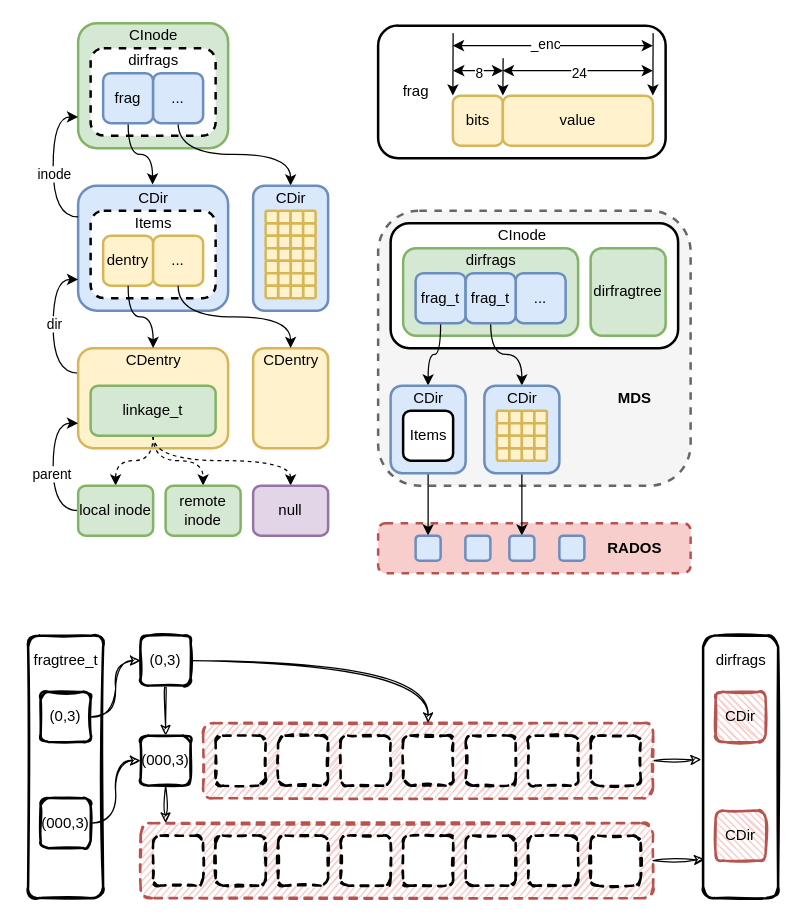
The draw.io diagram page "meta" (2 of 2) of ceph/ceph-mds.drawio in EarthWind/deeparch, before the edit. Source tidied: cells renumbered, new cells numbered last; positions are measured from the earlier drawing's top-left corner, leaving out a move shared by most shapes. Both pictures are drawn from the tidied source at 125%, with x=0, y=0 at pixel (21, 22).
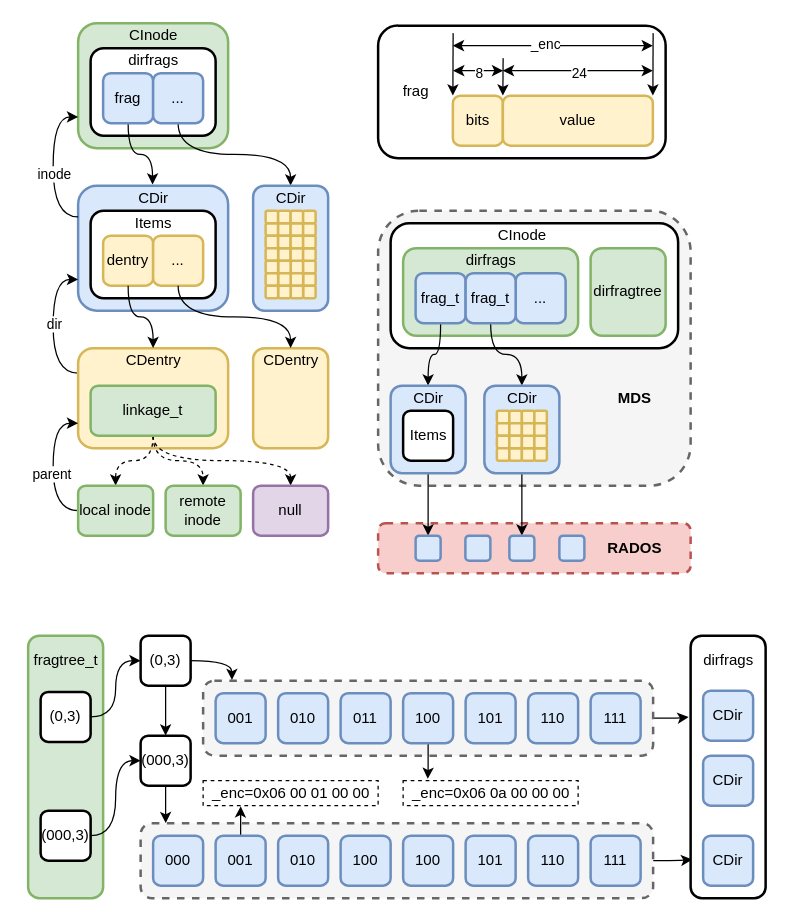
The same page after the edit.

The change refers to these unchanged cells:
```xml
<mxCell id="19" style="group;" parent="1" vertex="1">
  <mxGeometry x="45" y="130" width="120" height="100" as="geometry" />
</mxCell>
```

The edit, as a diff of the source:
```diff
@@
-    <mxCell id="2" style="edgeStyle=orthogonalEdgeStyle;curved=1;rounded=0;sketch=1;jettySize=auto;html=1;entryX=0.021;entryY=0.853;entryDx=0;entryDy=0;entryPerimeter=0;" parent="1" edge="1" source="3" target="107">
+    <mxCell id="2" style="edgeStyle=orthogonalEdgeStyle;curved=1;rounded=0;sketch=0;jettySize=auto;html=1;entryX=0.021;entryY=0.853;entryDx=0;entryDy=0;entryPerimeter=0;" parent="1" edge="1" source="3" target="107">
       <mxGeometry relative="1" as="geometry" />
     </mxCell>
-    <mxCell id="3" style="rounded=1;whiteSpace=wrap;html=1;sketch=1;fillWeight=1;hachureGap=4;strokeWidth=2;dashed=1;fillColor=#f8cecc;strokeColor=#b85450;" parent="1" vertex="1">
+    <mxCell id="3" style="rounded=1;whiteSpace=wrap;html=1;sketch=0;fillWeight=1;hachureGap=4;strokeWidth=2;dashed=1;fillColor=#f5f5f5;strokeColor=#666666;fontColor=#333333;" parent="1" vertex="1">
       <mxGeometry x="95" y="640" width="410" height="60" as="geometry" />
     </mxCell>
-    <mxCell id="4" style="edgeStyle=orthogonalEdgeStyle;curved=1;rounded=0;sketch=1;jettySize=auto;html=1;entryX=-0.026;entryY=0.472;entryDx=0;entryDy=0;entryPerimeter=0;" parent="1" edge="1" source="5" target="107">
-      <mxGeometry relative="1" as="geometry" />
+    <mxCell id="4" style="edgeStyle=orthogonalEdgeStyle;curved=1;rounded=0;sketch=0;jettySize=auto;html=1;entryX=-0.026;entryY=0.472;entryDx=0;entryDy=0;entryPerimeter=0;" parent="1" edge="1" source="5">
+      <mxGeometry relative="1" as="geometry">
+        <mxPoint x="533.4" y="555.1" as="targetPoint" />
+      </mxGeometry>
     </mxCell>
-    <mxCell id="5" style="rounded=1;whiteSpace=wrap;html=1;sketch=1;fillWeight=1;hachureGap=4;strokeWidth=2;dashed=1;fillColor=#f8cecc;strokeColor=#b85450;" parent="1" vertex="1">
-      <mxGeometry x="145" y="560" width="360" height="60" as="geometry" />
+    <mxCell id="5" style="rounded=1;whiteSpace=wrap;html=1;sketch=0;fillWeight=1;hachureGap=4;strokeWidth=2;dashed=1;fillColor=#f5f5f5;strokeColor=#666666;fontColor=#333333;" parent="1" vertex="1">
+      <mxGeometry x="145" y="526" width="360" height="60" as="geometry" />
     </mxCell>
@@
-    <mxCell id="10" style="rounded=1;whiteSpace=wrap;html=1;strokeWidth=2;fillWeight=1;hachureGap=4;hachureAngle=45;sketch=0;dashed=1;" parent="1" vertex="1">
+    <mxCell id="10" style="rounded=1;whiteSpace=wrap;html=1;strokeWidth=2;fillWeight=1;hachureGap=4;hachureAngle=45;sketch=0;" parent="1" vertex="1">
       <mxGeometry x="55" y="20" width="100" height="70" as="geometry" />
     </mxCell>
@@
-    <mxCell id="22" style="rounded=1;whiteSpace=wrap;html=1;strokeWidth=2;fillWeight=1;hachureGap=4;hachureAngle=45;sketch=0;dashed=1;" parent="19" vertex="1">
+    <mxCell id="22" style="rounded=1;whiteSpace=wrap;html=1;strokeWidth=2;fillWeight=1;hachureGap=4;hachureAngle=45;sketch=0;" parent="19" vertex="1">
       <mxGeometry x="10" y="20" width="100" height="70" as="geometry" />
     </mxCell>
@@
-    <mxCell id="81" style="edgeStyle=orthogonalEdgeStyle;rounded=0;jettySize=auto;html=1;sketch=1;curved=1;" parent="1" edge="1" source="83" target="85">
+    <mxCell id="81" style="edgeStyle=orthogonalEdgeStyle;rounded=0;jettySize=auto;html=1;sketch=0;curved=1;" parent="1" edge="1" source="83" target="85">
       <mxGeometry relative="1" as="geometry" />
     </mxCell>
-    <mxCell id="82" style="edgeStyle=orthogonalEdgeStyle;rounded=0;sketch=1;jettySize=auto;html=1;curved=1;exitX=1;exitY=0.5;exitDx=0;exitDy=0;" parent="1" edge="1" source="83" target="5">
+    <mxCell id="82" style="edgeStyle=orthogonalEdgeStyle;rounded=0;sketch=0;jettySize=auto;html=1;curved=1;exitX=1;exitY=0.5;exitDx=0;exitDy=0;entryX=0.064;entryY=-0.009;entryDx=0;entryDy=0;entryPerimeter=0;" parent="1" edge="1" source="83" target="5">
       <mxGeometry relative="1" as="geometry" />
     </mxCell>
-    <mxCell id="83" value="(0,3)" style="rounded=1;whiteSpace=wrap;html=1;sketch=1;fillWeight=1;hachureGap=4;strokeWidth=2;" parent="1" vertex="1">
+    <mxCell id="83" value="(0,3)" style="rounded=1;whiteSpace=wrap;html=1;sketch=0;fillWeight=1;hachureGap=4;strokeWidth=2;" parent="1" vertex="1">
       <mxGeometry x="95" y="490" width="40" height="40" as="geometry" />
     </mxCell>
-    <mxCell id="84" style="edgeStyle=orthogonalEdgeStyle;curved=1;rounded=0;sketch=1;jettySize=auto;html=1;entryX=0.049;entryY=0;entryDx=0;entryDy=0;entryPerimeter=0;" parent="1" edge="1" source="85" target="3">
+    <mxCell id="84" style="edgeStyle=orthogonalEdgeStyle;curved=1;rounded=0;sketch=0;jettySize=auto;html=1;entryX=0.049;entryY=0;entryDx=0;entryDy=0;entryPerimeter=0;" parent="1" edge="1" source="85" target="3">
       <mxGeometry relative="1" as="geometry" />
     </mxCell>
-    <mxCell id="85" value="(000,3)" style="rounded=1;whiteSpace=wrap;html=1;sketch=1;fillWeight=1;hachureGap=4;strokeWidth=2;" parent="1" vertex="1">
+    <mxCell id="85" value="(000,3)" style="rounded=1;whiteSpace=wrap;html=1;sketch=0;fillWeight=1;hachureGap=4;strokeWidth=2;" parent="1" vertex="1">
       <mxGeometry x="95" y="570" width="40" height="40" as="geometry" />
     </mxCell>
-    <mxCell id="86" style="rounded=1;whiteSpace=wrap;html=1;sketch=1;fillWeight=1;hachureGap=4;strokeWidth=2;dashed=1;" parent="1" vertex="1">
-      <mxGeometry x="155" y="570" width="40" height="40" as="geometry" />
+    <mxCell id="86" value="001" style="rounded=1;whiteSpace=wrap;html=1;sketch=0;fillWeight=1;hachureGap=4;strokeWidth=2;fillColor=#dae8fc;strokeColor=#6c8ebf;" parent="1" vertex="1">
+      <mxGeometry x="155" y="536" width="40" height="40" as="geometry" />
     </mxCell>
-    <mxCell id="87" style="rounded=1;whiteSpace=wrap;html=1;sketch=1;fillWeight=1;hachureGap=4;strokeWidth=2;dashed=1;" parent="1" vertex="1">
-      <mxGeometry x="205" y="570" width="40" height="40" as="geometry" />
+    <mxCell id="87" value="010" style="rounded=1;whiteSpace=wrap;html=1;sketch=0;fillWeight=1;hachureGap=4;strokeWidth=2;fillColor=#dae8fc;strokeColor=#6c8ebf;" parent="1" vertex="1">
+      <mxGeometry x="205" y="536" width="40" height="40" as="geometry" />
     </mxCell>
-    <mxCell id="88" style="rounded=1;whiteSpace=wrap;html=1;sketch=1;fillWeight=1;hachureGap=4;strokeWidth=2;dashed=1;" parent="1" vertex="1">
-      <mxGeometry x="255" y="570" width="40" height="40" as="geometry" />
+    <mxCell id="88" value="011" style="rounded=1;whiteSpace=wrap;html=1;sketch=0;fillWeight=1;hachureGap=4;strokeWidth=2;fillColor=#dae8fc;strokeColor=#6c8ebf;" parent="1" vertex="1">
+      <mxGeometry x="255" y="536" width="40" height="40" as="geometry" />
     </mxCell>
+    <mxCell id="155" style="edgeStyle=orthogonalEdgeStyle;rounded=0;sketch=0;jettySize=auto;html=1;entryX=0.141;entryY=-0.07;entryDx=0;entryDy=0;entryPerimeter=0;" parent="1" edge="1" source="89" target="159">
+      <mxGeometry relative="1" as="geometry" />
+    </mxCell>
-    <mxCell id="89" style="rounded=1;whiteSpace=wrap;html=1;sketch=1;fillWeight=1;hachureGap=4;strokeWidth=2;dashed=1;" parent="1" vertex="1">
-      <mxGeometry x="305" y="570" width="40" height="40" as="geometry" />
+    <mxCell id="89" value="100" style="rounded=1;whiteSpace=wrap;html=1;sketch=0;fillWeight=1;hachureGap=4;strokeWidth=2;fillColor=#dae8fc;strokeColor=#6c8ebf;" parent="1" vertex="1">
+      <mxGeometry x="305" y="536" width="40" height="40" as="geometry" />
     </mxCell>
-    <mxCell id="90" style="rounded=1;whiteSpace=wrap;html=1;sketch=1;fillWeight=1;hachureGap=4;strokeWidth=2;dashed=1;" parent="1" vertex="1">
-      <mxGeometry x="355" y="570" width="40" height="40" as="geometry" />
+    <mxCell id="90" value="101" style="rounded=1;whiteSpace=wrap;html=1;sketch=0;fillWeight=1;hachureGap=4;strokeWidth=2;fillColor=#dae8fc;strokeColor=#6c8ebf;" parent="1" vertex="1">
+      <mxGeometry x="355" y="536" width="40" height="40" as="geometry" />
     </mxCell>
-    <mxCell id="91" style="rounded=1;whiteSpace=wrap;html=1;sketch=1;fillWeight=1;hachureGap=4;strokeWidth=2;dashed=1;" parent="1" vertex="1">
-      <mxGeometry x="405" y="570" width="40" height="40" as="geometry" />
+    <mxCell id="91" value="110" style="rounded=1;whiteSpace=wrap;html=1;sketch=0;fillWeight=1;hachureGap=4;strokeWidth=2;strokeColor=#6c8ebf;fillColor=#dae8fc;" parent="1" vertex="1">
+      <mxGeometry x="405" y="536" width="40" height="40" as="geometry" />
     </mxCell>
-    <mxCell id="92" style="rounded=1;whiteSpace=wrap;html=1;sketch=1;fillWeight=1;hachureGap=4;strokeWidth=2;dashed=1;" parent="1" vertex="1">
-      <mxGeometry x="455" y="570" width="40" height="40" as="geometry" />
+    <mxCell id="92" value="111" style="rounded=1;whiteSpace=wrap;html=1;sketch=0;fillWeight=1;hachureGap=4;strokeWidth=2;fillColor=#dae8fc;strokeColor=#6c8ebf;" parent="1" vertex="1">
+      <mxGeometry x="455" y="536" width="40" height="40" as="geometry" />
     </mxCell>
-    <mxCell id="93" style="rounded=1;whiteSpace=wrap;html=1;sketch=1;fillWeight=1;hachureGap=4;strokeWidth=2;dashed=1;" parent="1" vertex="1">
+    <mxCell id="93" value="000" style="rounded=1;whiteSpace=wrap;html=1;sketch=0;fillWeight=1;hachureGap=4;strokeWidth=2;glass=0;strokeColor=#6c8ebf;fillColor=#dae8fc;" parent="1" vertex="1">
       <mxGeometry x="105" y="650" width="40" height="40" as="geometry" />
     </mxCell>
+    <mxCell id="156" style="edgeStyle=orthogonalEdgeStyle;rounded=0;sketch=0;jettySize=auto;html=1;entryX=0.215;entryY=1.026;entryDx=0;entryDy=0;entryPerimeter=0;" parent="1" edge="1" source="94" target="158">
+      <mxGeometry relative="1" as="geometry" />
+    </mxCell>
-    <mxCell id="94" style="rounded=1;whiteSpace=wrap;html=1;sketch=1;fillWeight=1;hachureGap=4;strokeWidth=2;dashed=1;" parent="1" vertex="1">
+    <mxCell id="94" value="001" style="rounded=1;whiteSpace=wrap;html=1;sketch=0;fillWeight=1;hachureGap=4;strokeWidth=2;fillColor=#dae8fc;strokeColor=#6c8ebf;" parent="1" vertex="1">
       <mxGeometry x="155" y="650" width="40" height="40" as="geometry" />
     </mxCell>
-    <mxCell id="95" style="rounded=1;whiteSpace=wrap;html=1;sketch=1;fillWeight=1;hachureGap=4;strokeWidth=2;dashed=1;" parent="1" vertex="1">
+    <mxCell id="95" value="010" style="rounded=1;whiteSpace=wrap;html=1;sketch=0;fillWeight=1;hachureGap=4;strokeWidth=2;fillColor=#dae8fc;strokeColor=#6c8ebf;" parent="1" vertex="1">
       <mxGeometry x="205" y="650" width="40" height="40" as="geometry" />
     </mxCell>
-    <mxCell id="96" style="rounded=1;whiteSpace=wrap;html=1;sketch=1;fillWeight=1;hachureGap=4;strokeWidth=2;dashed=1;" parent="1" vertex="1">
+    <mxCell id="96" value="100" style="rounded=1;whiteSpace=wrap;html=1;sketch=0;fillWeight=1;hachureGap=4;strokeWidth=2;fillColor=#dae8fc;strokeColor=#6c8ebf;" parent="1" vertex="1">
       <mxGeometry x="255" y="650" width="40" height="40" as="geometry" />
     </mxCell>
-    <mxCell id="97" style="rounded=1;whiteSpace=wrap;html=1;sketch=1;fillWeight=1;hachureGap=4;strokeWidth=2;dashed=1;" parent="1" vertex="1">
+    <mxCell id="97" value="100" style="rounded=1;whiteSpace=wrap;html=1;sketch=0;fillWeight=1;hachureGap=4;strokeWidth=2;fillColor=#dae8fc;strokeColor=#6c8ebf;" parent="1" vertex="1">
       <mxGeometry x="305" y="650" width="40" height="40" as="geometry" />
     </mxCell>
-    <mxCell id="98" style="rounded=1;whiteSpace=wrap;html=1;sketch=1;fillWeight=1;hachureGap=4;strokeWidth=2;dashed=1;" parent="1" vertex="1">
+    <mxCell id="98" value="101" style="rounded=1;whiteSpace=wrap;html=1;sketch=0;fillWeight=1;hachureGap=4;strokeWidth=2;fillColor=#dae8fc;strokeColor=#6c8ebf;" parent="1" vertex="1">
       <mxGeometry x="355" y="650" width="40" height="40" as="geometry" />
     </mxCell>
-    <mxCell id="99" style="rounded=1;whiteSpace=wrap;html=1;sketch=1;fillWeight=1;hachureGap=4;strokeWidth=2;dashed=1;" parent="1" vertex="1">
+    <mxCell id="99" value="110" style="rounded=1;whiteSpace=wrap;html=1;sketch=0;fillWeight=1;hachureGap=4;strokeWidth=2;fillColor=#dae8fc;strokeColor=#6c8ebf;" parent="1" vertex="1">
       <mxGeometry x="405" y="650" width="40" height="40" as="geometry" />
     </mxCell>
-    <mxCell id="100" style="rounded=1;whiteSpace=wrap;html=1;sketch=1;fillWeight=1;hachureGap=4;strokeWidth=2;dashed=1;" parent="1" vertex="1">
+    <mxCell id="100" value="111" style="rounded=1;whiteSpace=wrap;html=1;sketch=0;fillWeight=1;hachureGap=4;strokeWidth=2;fillColor=#dae8fc;strokeColor=#6c8ebf;" parent="1" vertex="1">
       <mxGeometry x="455" y="650" width="40" height="40" as="geometry" />
     </mxCell>
-    <mxCell id="101" style="rounded=1;whiteSpace=wrap;html=1;sketch=1;fillWeight=1;hachureGap=4;strokeWidth=2;" parent="1" vertex="1">
+    <mxCell id="101" style="rounded=1;whiteSpace=wrap;html=1;sketch=0;fillWeight=1;hachureGap=4;strokeWidth=2;fillColor=#d5e8d4;strokeColor=#82b366;" parent="1" vertex="1">
       <mxGeometry x="5" y="490" width="60" height="210" as="geometry" />
     </mxCell>
@@
-    <mxCell id="103" style="edgeStyle=orthogonalEdgeStyle;curved=1;rounded=0;sketch=1;jettySize=auto;html=1;entryX=0;entryY=0.5;entryDx=0;entryDy=0;" parent="1" edge="1" source="104" target="83">
+    <mxCell id="103" style="edgeStyle=orthogonalEdgeStyle;curved=1;rounded=0;sketch=0;jettySize=auto;html=1;entryX=0;entryY=0.5;entryDx=0;entryDy=0;" parent="1" edge="1" source="104" target="83">
       <mxGeometry relative="1" as="geometry" />
     </mxCell>
-    <mxCell id="104" value="(0,3)" style="rounded=1;whiteSpace=wrap;html=1;sketch=1;fillWeight=1;hachureGap=4;strokeWidth=2;" parent="1" vertex="1">
+    <mxCell id="104" value="(0,3)" style="rounded=1;whiteSpace=wrap;html=1;sketch=0;fillWeight=1;hachureGap=4;strokeWidth=2;" parent="1" vertex="1">
       <mxGeometry x="15" y="535" width="40" height="40" as="geometry" />
     </mxCell>
-    <mxCell id="105" style="edgeStyle=orthogonalEdgeStyle;curved=1;rounded=0;sketch=1;jettySize=auto;html=1;entryX=0;entryY=0.5;entryDx=0;entryDy=0;" parent="1" edge="1" source="106" target="85">
+    <mxCell id="105" style="edgeStyle=orthogonalEdgeStyle;curved=1;rounded=0;sketch=0;jettySize=auto;html=1;entryX=0;entryY=0.5;entryDx=0;entryDy=0;" parent="1" edge="1" source="106" target="85">
       <mxGeometry relative="1" as="geometry" />
     </mxCell>
-    <mxCell id="106" value="(000,3)" style="rounded=1;whiteSpace=wrap;html=1;sketch=1;fillWeight=1;hachureGap=4;strokeWidth=2;" parent="1" vertex="1">
-      <mxGeometry x="15" y="620" width="40" height="40" as="geometry" />
+    <mxCell id="106" value="(000,3)" style="rounded=1;whiteSpace=wrap;html=1;sketch=0;fillWeight=1;hachureGap=4;strokeWidth=2;" parent="1" vertex="1">
+      <mxGeometry x="15" y="630" width="40" height="40" as="geometry" />
     </mxCell>
-    <mxCell id="107" style="rounded=1;whiteSpace=wrap;html=1;sketch=1;fillWeight=1;hachureGap=4;strokeWidth=2;" parent="1" vertex="1">
-      <mxGeometry x="545" y="490" width="60" height="210" as="geometry" />
+    <mxCell id="107" style="rounded=1;whiteSpace=wrap;html=1;sketch=0;fillWeight=1;hachureGap=4;strokeWidth=2;" parent="1" vertex="1">
+      <mxGeometry x="535" y="490" width="60" height="210" as="geometry" />
     </mxCell>
     <mxCell id="108" value="dirfrags" style="text;html=1;align=center;verticalAlign=middle;strokeColor=none;fillColor=none;" parent="1" vertex="1">
-      <mxGeometry x="545" y="500" width="60" height="20" as="geometry" />
+      <mxGeometry x="535" y="500" width="60" height="20" as="geometry" />
     </mxCell>
-    <mxCell id="109" value="CDir" style="rounded=1;whiteSpace=wrap;html=1;strokeWidth=2;fillWeight=1;hachureGap=4;hachureAngle=45;sketch=1;fillColor=#f8cecc;strokeColor=#b85450;" parent="1" vertex="1">
-      <mxGeometry x="555" y="535" width="40" height="40" as="geometry" />
+    <mxCell id="109" value="CDir" style="rounded=1;whiteSpace=wrap;html=1;strokeWidth=2;fillWeight=1;hachureGap=4;hachureAngle=45;sketch=0;fillColor=#dae8fc;strokeColor=#6c8ebf;" parent="1" vertex="1">
+      <mxGeometry x="545" y="534" width="40" height="40" as="geometry" />
     </mxCell>
-    <mxCell id="110" value="CDir" style="rounded=1;whiteSpace=wrap;html=1;strokeWidth=2;fillWeight=1;hachureGap=4;hachureAngle=45;sketch=1;fillColor=#f8cecc;strokeColor=#b85450;" parent="1" vertex="1">
-      <mxGeometry x="555" y="630" width="40" height="40" as="geometry" />
+    <mxCell id="110" value="CDir" style="rounded=1;whiteSpace=wrap;html=1;strokeWidth=2;fillWeight=1;hachureGap=4;hachureAngle=45;sketch=0;fillColor=#dae8fc;strokeColor=#6c8ebf;" parent="1" vertex="1">
+      <mxGeometry x="545" y="650" width="40" height="40" as="geometry" />
     </mxCell>
@@
+    <mxCell id="157" value="CDir" style="rounded=1;whiteSpace=wrap;html=1;strokeWidth=2;fillWeight=1;hachureGap=4;hachureAngle=45;sketch=0;fillColor=#dae8fc;strokeColor=#6c8ebf;" parent="1" vertex="1">
+      <mxGeometry x="545" y="586" width="40" height="40" as="geometry" />
+    </mxCell>
+    <mxCell id="158" value="_enc=0x06 00 01 00 00" style="text;html=1;align=center;verticalAlign=middle;points=[];strokeColor=default;fillColor=none;dashed=1;" parent="1" vertex="1">
+      <mxGeometry x="145" y="606" width="140" height="20" as="geometry" />
+    </mxCell>
+    <mxCell id="159" value="_enc=0x06 0a 00 00 00" style="text;html=1;align=center;verticalAlign=middle;points=[];strokeColor=default;fillColor=none;dashed=1;" parent="1" vertex="1">
+      <mxGeometry x="305" y="606" width="140" height="20" as="geometry" />
+    </mxCell>
```
